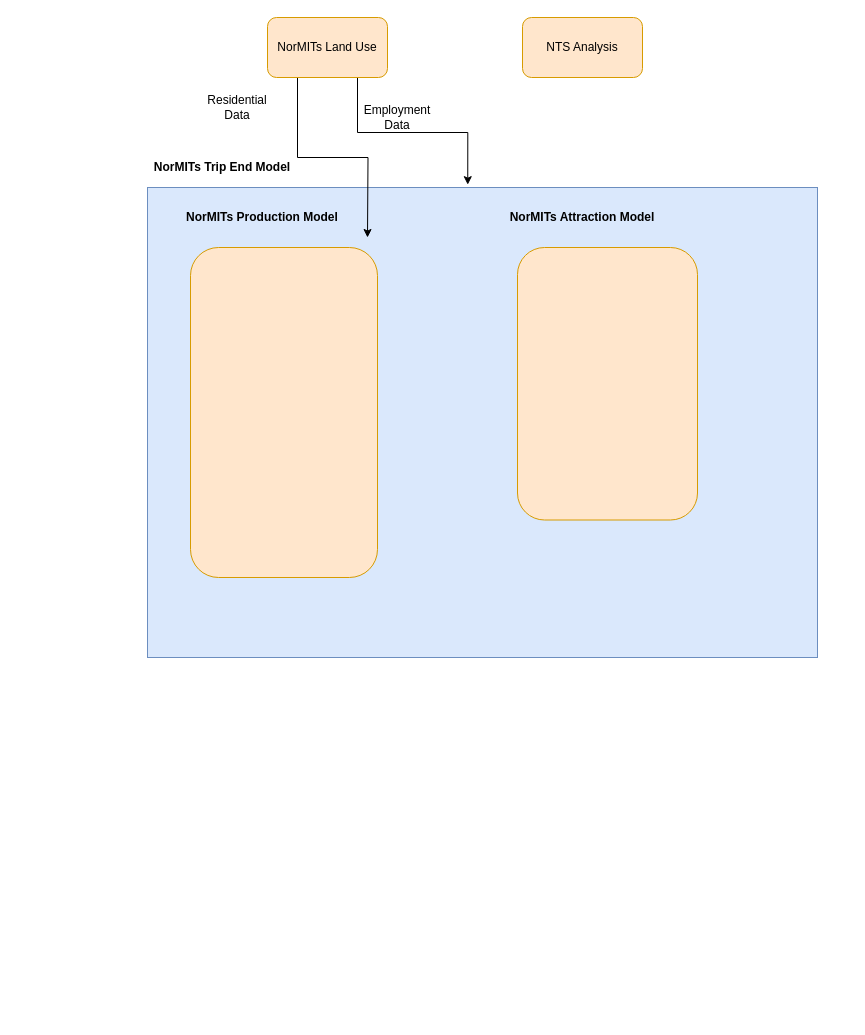
Transport-for-the-North/NorMITs-Demand keeps this draw.io diagram as page "Trip End Op Model" (2 of 2) of op_models/demand_op_model.drawio. Above is the earlier version. Source tidied: cells renumbered, new cells numbered last; positions are measured from the earlier drawing's top-left corner, leaving out a move shared by most shapes. Both pictures are drawn from the tidied source at 100%, with x=0, y=0 at pixel (137, 17).
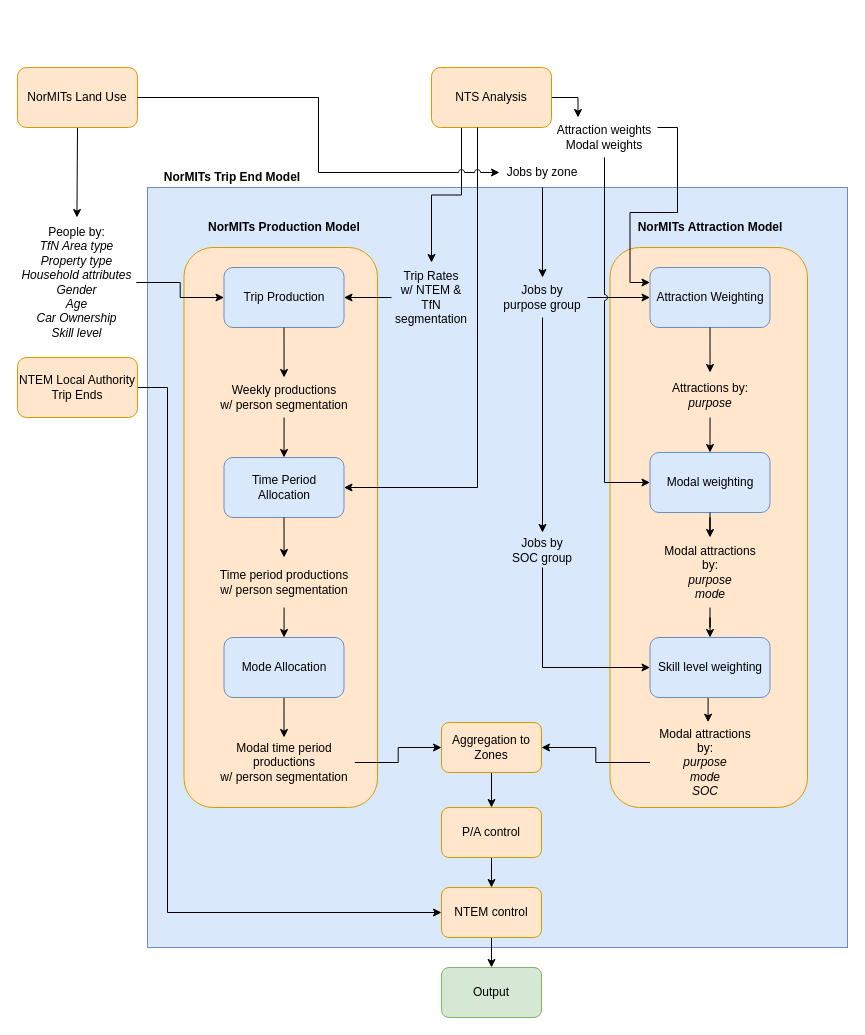
Above is the later version.

Diff of the diagram source:
```diff
@@
     <mxCell id="2" value="NorMITs Trip End Model" style="text;html=1;strokeColor=none;fillColor=none;align=center;verticalAlign=middle;whiteSpace=wrap;rounded=0;fontStyle=1;" parent="1" vertex="1">
-      <mxGeometry y="140" width="170" height="20" as="geometry" />
+      <mxGeometry x="10" y="150" width="170" height="20" as="geometry" />
     </mxCell>
     <mxCell id="3" style="rounded=0;whiteSpace=wrap;html=1;fillColor=#dae8fc;strokeColor=#6c8ebf;" parent="1" vertex="1">
-      <mxGeometry x="10" y="170" width="670" height="470" as="geometry" />
+      <mxGeometry x="10" y="170" width="700" height="760" as="geometry" />
     </mxCell>
-    <mxCell id="4" style="edgeStyle=orthogonalEdgeStyle;rounded=0;jettySize=auto;html=1;exitX=0.25;exitY=1;exitDx=0;exitDy=0;entryX=0.748;entryY=0.037;entryDx=0;entryDy=0;entryPerimeter=0;" parent="1" edge="1" source="6">
-      <mxGeometry relative="1" as="geometry">
-        <mxPoint x="230" y="220" as="targetPoint" />
-      </mxGeometry>
-    </mxCell>
-    <mxCell id="5" style="edgeStyle=orthogonalEdgeStyle;rounded=0;jettySize=auto;html=1;exitX=0.75;exitY=1;exitDx=0;exitDy=0;entryX=0.478;entryY=-0.006;entryDx=0;entryDy=0;entryPerimeter=0;" parent="1" edge="1" source="6" target="3">
-      <mxGeometry relative="1" as="geometry" />
-    </mxCell>
+    <mxCell id="14" style="edgeStyle=orthogonalEdgeStyle;rounded=0;jumpStyle=arc;jettySize=auto;html=1;" parent="1" edge="1" source="6" target="12">
+      <mxGeometry relative="1" as="geometry" />
+    </mxCell>
     <mxCell id="6" value="NorMITs Land Use" style="rounded=1;whiteSpace=wrap;html=1;fillColor=#ffe6cc;strokeColor=#d79b00;" parent="1" vertex="1">
-      <mxGeometry x="130" width="120" height="60" as="geometry" />
+      <mxGeometry x="-120" y="50" width="120" height="60" as="geometry" />
     </mxCell>
     <mxCell id="7" value="NorMITs Production Model" style="text;html=1;strokeColor=none;fillColor=none;align=center;verticalAlign=middle;whiteSpace=wrap;rounded=0;fontStyle=1;" parent="1" vertex="1">
-      <mxGeometry x="40" y="190" width="170" height="20" as="geometry" />
+      <mxGeometry x="61.5" y="200" width="170" height="20" as="geometry" />
     </mxCell>
     <mxCell id="8" value="NorMITs Attraction Model" style="text;html=1;strokeColor=none;fillColor=none;align=center;verticalAlign=middle;whiteSpace=wrap;rounded=0;fontStyle=1;" parent="1" vertex="1">
-      <mxGeometry x="360" y="190" width="170" height="20" as="geometry" />
+      <mxGeometry x="487.5" y="200" width="170" height="20" as="geometry" />
     </mxCell>
-    <mxCell id="9" style="rounded=1;whiteSpace=wrap;html=1;fillColor=#ffe6cc;strokeColor=#d79b00;" parent="1" vertex="1">
-      <mxGeometry x="53" y="230" width="187" height="330" as="geometry" />
-    </mxCell>
     <mxCell id="10" style="rounded=1;whiteSpace=wrap;html=1;fillColor=#ffe6cc;strokeColor=#d79b00;" parent="1" vertex="1">
-      <mxGeometry x="380" y="230" width="180" height="272.5" as="geometry" />
+      <mxGeometry x="472.5" y="230" width="197.5" height="560" as="geometry" />
     </mxCell>
+    <mxCell id="15" style="edgeStyle=orthogonalEdgeStyle;rounded=0;jumpStyle=arc;jettySize=auto;html=1;exitX=0.5;exitY=1;exitDx=0;exitDy=0;entryX=0.5;entryY=0;entryDx=0;entryDy=0;" parent="1" edge="1" source="11" target="28">
+      <mxGeometry relative="1" as="geometry" />
+    </mxCell>
-    <mxCell id="11" value="Employment Data" style="text;html=1;strokeColor=none;fillColor=none;align=center;verticalAlign=middle;whiteSpace=wrap;rounded=0;" parent="1" vertex="1">
-      <mxGeometry x="240" y="90" width="40" height="20" as="geometry" />
+    <mxCell id="11" value="Jobs by zone" style="text;html=1;strokeColor=none;fillColor=none;align=center;verticalAlign=middle;whiteSpace=wrap;rounded=0;" parent="1" vertex="1">
+      <mxGeometry x="362" y="140" width="86" height="30" as="geometry" />
     </mxCell>
+    <mxCell id="16" style="edgeStyle=orthogonalEdgeStyle;rounded=0;jumpStyle=arc;jettySize=auto;html=1;exitX=0.25;exitY=1;exitDx=0;exitDy=0;entryX=0.5;entryY=0;entryDx=0;entryDy=0;" parent="1" edge="1" source="13" target="18">
+      <mxGeometry relative="1" as="geometry" />
+    </mxCell>
+    <mxCell id="17" style="edgeStyle=orthogonalEdgeStyle;rounded=0;jumpStyle=arc;jettySize=auto;html=1;exitX=1;exitY=0.5;exitDx=0;exitDy=0;entryX=0.25;entryY=0;entryDx=0;entryDy=0;" parent="1" edge="1" source="13" target="56">
+      <mxGeometry relative="1" as="geometry" />
+    </mxCell>
+    <mxCell id="13" value="NTS Analysis" style="rounded=1;whiteSpace=wrap;html=1;fillColor=#ffe6cc;strokeColor=#d79b00;" parent="1" vertex="1">
+      <mxGeometry x="294" y="50" width="120" height="60" as="geometry" />
+    </mxCell>
-    <mxCell id="12" value="&lt;span style=&quot;font-weight: normal&quot;&gt;Residential Data&lt;/span&gt;" style="text;html=1;strokeColor=none;fillColor=none;align=center;verticalAlign=middle;whiteSpace=wrap;rounded=0;fontStyle=1;" parent="1" vertex="1">
-      <mxGeometry x="80" y="80" width="40" height="20" as="geometry" />
+    <mxCell id="12" value="&lt;span style=&quot;font-weight: normal&quot;&gt;People by:&lt;br&gt;&lt;i&gt;TfN Area type&lt;br&gt;Property type&lt;br&gt;Household attributes&lt;br&gt;Gender&lt;br&gt;Age&lt;br&gt;Car Ownership&lt;br&gt;Skill level&lt;/i&gt;&lt;br&gt;&lt;/span&gt;" style="text;html=1;strokeColor=none;fillColor=none;align=center;verticalAlign=middle;whiteSpace=wrap;rounded=0;fontStyle=1;" parent="1" vertex="1">
+      <mxGeometry x="-120" y="200" width="118.8" height="130" as="geometry" />
     </mxCell>
-    <mxCell id="13" value="NTS Analysis" style="rounded=1;whiteSpace=wrap;html=1;fillColor=#ffe6cc;strokeColor=#d79b00;" parent="1" vertex="1">
-      <mxGeometry x="385" width="120" height="60" as="geometry" />
-    </mxCell>
+    <mxCell id="18" value="&lt;span style=&quot;font-weight: normal&quot;&gt;Trip Rates&lt;br&gt;w/ NTEM &amp;amp; TfN segmentation&lt;br&gt;&lt;/span&gt;" style="text;html=1;strokeColor=none;fillColor=none;align=center;verticalAlign=middle;whiteSpace=wrap;rounded=0;fontStyle=1;" parent="1" vertex="1">
+      <mxGeometry x="254" y="245" width="80" height="70" as="geometry" />
+    </mxCell>
+    <mxCell id="19" style="edgeStyle=orthogonalEdgeStyle;rounded=0;jumpStyle=arc;jettySize=auto;html=1;exitX=0.5;exitY=1;exitDx=0;exitDy=0;entryX=0.5;entryY=0;entryDx=0;entryDy=0;" parent="1" edge="1" source="59" target="53">
+      <mxGeometry relative="1" as="geometry" />
+    </mxCell>
+    <mxCell id="20" value="Attraction Weighting" style="rounded=1;whiteSpace=wrap;html=1;fillColor=#dae8fc;strokeColor=#6c8ebf;" parent="1" vertex="1">
+      <mxGeometry x="512.5" y="250" width="120" height="60" as="geometry" />
+    </mxCell>
+    <mxCell id="21" style="edgeStyle=orthogonalEdgeStyle;rounded=0;jumpStyle=arc;jettySize=auto;html=1;exitX=0.5;exitY=1;exitDx=0;exitDy=0;" parent="1" edge="1" source="22" target="43">
+      <mxGeometry relative="1" as="geometry" />
+    </mxCell>
+    <mxCell id="22" value="Aggregation to Zones" style="rounded=1;whiteSpace=wrap;html=1;fillColor=#ffe6cc;strokeColor=#d79b00;" parent="1" vertex="1">
+      <mxGeometry x="304" y="705" width="100" height="50" as="geometry" />
+    </mxCell>
+    <mxCell id="23" style="edgeStyle=orthogonalEdgeStyle;rounded=0;jumpStyle=arc;jettySize=auto;html=1;exitX=0.5;exitY=1;exitDx=0;exitDy=0;entryX=0.528;entryY=-0.306;entryDx=0;entryDy=0;entryPerimeter=0;" parent="1" edge="1" source="24" target="64">
+      <mxGeometry relative="1" as="geometry" />
+    </mxCell>
+    <mxCell id="24" value="Skill level weighting" style="rounded=1;whiteSpace=wrap;html=1;fillColor=#dae8fc;strokeColor=#6c8ebf;" parent="1" vertex="1">
+      <mxGeometry x="512.5" y="620" width="120" height="60" as="geometry" />
+    </mxCell>
+    <mxCell id="25" value="Output" style="rounded=1;whiteSpace=wrap;html=1;fillColor=#d5e8d4;strokeColor=#82b366;" parent="1" vertex="1">
+      <mxGeometry x="304" y="950" width="100" height="50" as="geometry" />
+    </mxCell>
+    <mxCell id="26" style="edgeStyle=orthogonalEdgeStyle;rounded=0;jumpStyle=arc;jettySize=auto;html=1;exitX=1;exitY=0.5;exitDx=0;exitDy=0;" parent="1" edge="1" source="28" target="20">
+      <mxGeometry relative="1" as="geometry" />
+    </mxCell>
+    <mxCell id="27" style="edgeStyle=orthogonalEdgeStyle;rounded=0;jumpStyle=arc;jettySize=auto;html=1;exitX=0.5;exitY=1;exitDx=0;exitDy=0;entryX=0.5;entryY=0;entryDx=0;entryDy=0;" parent="1" edge="1" source="28" target="30">
+      <mxGeometry relative="1" as="geometry" />
+    </mxCell>
+    <mxCell id="28" value="Jobs by purpose group" style="text;html=1;strokeColor=none;fillColor=none;align=center;verticalAlign=middle;whiteSpace=wrap;rounded=0;" parent="1" vertex="1">
+      <mxGeometry x="360" y="260" width="90" height="40" as="geometry" />
+    </mxCell>
+    <mxCell id="29" style="edgeStyle=orthogonalEdgeStyle;rounded=0;jumpStyle=arc;jettySize=auto;html=1;exitX=0.5;exitY=1;exitDx=0;exitDy=0;entryX=0;entryY=0.5;entryDx=0;entryDy=0;" parent="1" edge="1" source="30" target="24">
+      <mxGeometry relative="1" as="geometry" />
+    </mxCell>
+    <mxCell id="30" value="Jobs by SOC group" style="text;html=1;strokeColor=none;fillColor=none;align=center;verticalAlign=middle;whiteSpace=wrap;rounded=0;" parent="1" vertex="1">
+      <mxGeometry x="370" y="515" width="70" height="35" as="geometry" />
+    </mxCell>
+    <mxCell id="31" style="rounded=1;whiteSpace=wrap;html=1;fillColor=#ffe6cc;strokeColor=#d79b00;" parent="1" vertex="1">
+      <mxGeometry x="46.5" y="230" width="193.5" height="560" as="geometry" />
+    </mxCell>
+    <mxCell id="32" value="Trip Production" style="rounded=1;whiteSpace=wrap;html=1;fillColor=#dae8fc;strokeColor=#6c8ebf;" parent="1" vertex="1">
+      <mxGeometry x="86.5" y="250" width="120" height="60" as="geometry" />
+    </mxCell>
+    <mxCell id="33" value="Time Period Allocation" style="rounded=1;whiteSpace=wrap;html=1;fillColor=#dae8fc;strokeColor=#6c8ebf;" parent="1" vertex="1">
+      <mxGeometry x="86.5" y="440" width="120" height="60" as="geometry" />
+    </mxCell>
+    <mxCell id="34" style="edgeStyle=orthogonalEdgeStyle;rounded=0;jumpStyle=arc;jettySize=auto;html=1;exitX=0.5;exitY=1;exitDx=0;exitDy=0;entryX=0.5;entryY=0;entryDx=0;entryDy=0;" parent="1" edge="1" source="35" target="58">
+      <mxGeometry relative="1" as="geometry" />
+    </mxCell>
+    <mxCell id="35" value="Mode Allocation" style="rounded=1;whiteSpace=wrap;html=1;fillColor=#dae8fc;strokeColor=#6c8ebf;" parent="1" vertex="1">
+      <mxGeometry x="86.5" y="620" width="120" height="60" as="geometry" />
+    </mxCell>
+    <mxCell id="36" style="edgeStyle=orthogonalEdgeStyle;rounded=0;jumpStyle=arc;jettySize=auto;html=1;" parent="1" edge="1" source="50" target="35">
+      <mxGeometry relative="1" as="geometry" />
+    </mxCell>
+    <mxCell id="37" style="edgeStyle=orthogonalEdgeStyle;rounded=0;jumpStyle=arc;jettySize=auto;html=1;" parent="1" edge="1" source="48" target="33">
+      <mxGeometry relative="1" as="geometry" />
+    </mxCell>
+    <mxCell id="38" style="edgeStyle=orthogonalEdgeStyle;rounded=0;jettySize=auto;html=1;entryX=1;entryY=0.5;entryDx=0;entryDy=0;" parent="1" edge="1" target="33">
+      <mxGeometry relative="1" as="geometry">
+        <mxPoint x="340" y="110" as="sourcePoint" />
+        <Array as="points">
+          <mxPoint x="340" y="110" />
+          <mxPoint x="340" y="470" />
+        </Array>
+      </mxGeometry>
+    </mxCell>
+    <mxCell id="39" style="edgeStyle=orthogonalEdgeStyle;rounded=0;jumpStyle=arc;jettySize=auto;html=1;exitX=0;exitY=0.5;exitDx=0;exitDy=0;entryX=1;entryY=0.5;entryDx=0;entryDy=0;" parent="1" edge="1" source="18" target="32">
+      <mxGeometry relative="1" as="geometry" />
+    </mxCell>
+    <mxCell id="40" style="edgeStyle=orthogonalEdgeStyle;rounded=0;jumpStyle=arc;jettySize=auto;html=1;" parent="1" edge="1" source="12" target="32">
+      <mxGeometry relative="1" as="geometry" />
+    </mxCell>
+    <mxCell id="41" style="edgeStyle=orthogonalEdgeStyle;rounded=0;jumpStyle=arc;jettySize=auto;html=1;exitX=1;exitY=0.5;exitDx=0;exitDy=0;entryX=0;entryY=0.5;entryDx=0;entryDy=0;" parent="1" edge="1" source="6" target="11">
+      <mxGeometry relative="1" as="geometry" />
+    </mxCell>
+    <mxCell id="42" style="edgeStyle=orthogonalEdgeStyle;rounded=0;jumpStyle=arc;jettySize=auto;html=1;exitX=0.5;exitY=1;exitDx=0;exitDy=0;entryX=0.5;entryY=0;entryDx=0;entryDy=0;" parent="1" edge="1" source="43" target="45">
+      <mxGeometry relative="1" as="geometry" />
+    </mxCell>
+    <mxCell id="43" value="P/A control" style="rounded=1;whiteSpace=wrap;html=1;fillColor=#ffe6cc;strokeColor=#d79b00;" parent="1" vertex="1">
+      <mxGeometry x="304" y="790" width="100" height="50" as="geometry" />
+    </mxCell>
+    <mxCell id="44" style="edgeStyle=orthogonalEdgeStyle;rounded=0;jumpStyle=arc;jettySize=auto;html=1;exitX=0.5;exitY=1;exitDx=0;exitDy=0;entryX=0.5;entryY=0;entryDx=0;entryDy=0;" parent="1" edge="1" source="45" target="25">
+      <mxGeometry relative="1" as="geometry" />
+    </mxCell>
+    <mxCell id="45" value="NTEM control" style="rounded=1;whiteSpace=wrap;html=1;fillColor=#ffe6cc;strokeColor=#d79b00;" parent="1" vertex="1">
+      <mxGeometry x="304" y="870" width="100" height="50" as="geometry" />
+    </mxCell>
+    <mxCell id="46" style="edgeStyle=orthogonalEdgeStyle;rounded=0;jumpStyle=arc;jettySize=auto;html=1;exitX=1;exitY=0.5;exitDx=0;exitDy=0;entryX=0;entryY=0.5;entryDx=0;entryDy=0;" parent="1" edge="1" source="47" target="45">
+      <mxGeometry relative="1" as="geometry">
+        <Array as="points">
+          <mxPoint x="30" y="370" />
+          <mxPoint x="30" y="895" />
+        </Array>
+      </mxGeometry>
+    </mxCell>
+    <mxCell id="47" value="NTEM Local Authority Trip Ends" style="rounded=1;whiteSpace=wrap;html=1;fillColor=#ffe6cc;strokeColor=#d79b00;" parent="1" vertex="1">
+      <mxGeometry x="-120" y="340" width="120" height="60" as="geometry" />
+    </mxCell>
+    <mxCell id="48" value="&lt;span style=&quot;font-weight: normal&quot;&gt;Weekly productions&lt;br&gt;w/ person segmentation&lt;br&gt;&lt;/span&gt;" style="text;html=1;strokeColor=none;fillColor=none;align=center;verticalAlign=middle;whiteSpace=wrap;rounded=0;fontStyle=1;" parent="1" vertex="1">
+      <mxGeometry x="75.8" y="360" width="141.5" height="40" as="geometry" />
+    </mxCell>
+    <mxCell id="49" style="edgeStyle=orthogonalEdgeStyle;rounded=0;jumpStyle=arc;jettySize=auto;html=1;" parent="1" edge="1" source="32" target="48">
+      <mxGeometry relative="1" as="geometry" />
+    </mxCell>
+    <mxCell id="50" value="&lt;span style=&quot;font-weight: normal&quot;&gt;Time period productions&lt;br&gt;w/ person segmentation&lt;br&gt;&lt;/span&gt;" style="text;html=1;strokeColor=none;fillColor=none;align=center;verticalAlign=middle;whiteSpace=wrap;rounded=0;fontStyle=1;" parent="1" vertex="1">
+      <mxGeometry x="75.8" y="540" width="141.5" height="50" as="geometry" />
+    </mxCell>
+    <mxCell id="51" style="edgeStyle=orthogonalEdgeStyle;rounded=0;jumpStyle=arc;jettySize=auto;html=1;" parent="1" edge="1" source="33" target="50">
+      <mxGeometry relative="1" as="geometry" />
+    </mxCell>
+    <mxCell id="52" style="edgeStyle=orthogonalEdgeStyle;rounded=0;jumpStyle=arc;jettySize=auto;html=1;exitX=0.5;exitY=1;exitDx=0;exitDy=0;" parent="1" edge="1" source="61" target="24">
+      <mxGeometry relative="1" as="geometry" />
+    </mxCell>
+    <mxCell id="53" value="Modal weighting" style="rounded=1;whiteSpace=wrap;html=1;fillColor=#dae8fc;strokeColor=#6c8ebf;" parent="1" vertex="1">
+      <mxGeometry x="512.5" y="435" width="120" height="60" as="geometry" />
+    </mxCell>
+    <mxCell id="54" style="edgeStyle=orthogonalEdgeStyle;rounded=0;jumpStyle=arc;jettySize=auto;html=1;exitX=1;exitY=0.25;exitDx=0;exitDy=0;entryX=0;entryY=0.25;entryDx=0;entryDy=0;" parent="1" edge="1" source="56" target="20">
+      <mxGeometry relative="1" as="geometry" />
+    </mxCell>
+    <mxCell id="55" style="edgeStyle=orthogonalEdgeStyle;rounded=0;jumpStyle=arc;jettySize=auto;html=1;exitX=0.5;exitY=1;exitDx=0;exitDy=0;entryX=0;entryY=0.5;entryDx=0;entryDy=0;" parent="1" edge="1" source="56" target="53">
+      <mxGeometry relative="1" as="geometry" />
+    </mxCell>
+    <mxCell id="56" value="Attraction weights&lt;br&gt;Modal weights" style="text;html=1;strokeColor=none;fillColor=none;align=center;verticalAlign=middle;whiteSpace=wrap;rounded=0;" parent="1" vertex="1">
+      <mxGeometry x="414" y="100" width="106" height="40" as="geometry" />
+    </mxCell>
+    <mxCell id="57" style="edgeStyle=orthogonalEdgeStyle;rounded=0;jumpStyle=arc;jettySize=auto;html=1;exitX=1;exitY=0.5;exitDx=0;exitDy=0;entryX=0;entryY=0.5;entryDx=0;entryDy=0;" parent="1" edge="1" source="58" target="22">
+      <mxGeometry relative="1" as="geometry" />
+    </mxCell>
+    <mxCell id="58" value="&lt;span style=&quot;font-weight: normal&quot;&gt;Modal time period productions&lt;br&gt;w/ person segmentation&lt;br&gt;&lt;/span&gt;" style="text;html=1;strokeColor=none;fillColor=none;align=center;verticalAlign=middle;whiteSpace=wrap;rounded=0;fontStyle=1;" parent="1" vertex="1">
+      <mxGeometry x="75.8" y="720" width="141.5" height="50" as="geometry" />
+    </mxCell>
+    <mxCell id="59" value="&lt;span style=&quot;font-weight: normal&quot;&gt;Attractions by:&lt;br&gt;&lt;i&gt;purpose&lt;/i&gt;&lt;br&gt;&lt;/span&gt;" style="text;html=1;strokeColor=none;fillColor=none;align=center;verticalAlign=middle;whiteSpace=wrap;rounded=0;fontStyle=1;" parent="1" vertex="1">
+      <mxGeometry x="501.8" y="355" width="141.5" height="45" as="geometry" />
+    </mxCell>
+    <mxCell id="60" style="edgeStyle=orthogonalEdgeStyle;rounded=0;jumpStyle=arc;jettySize=auto;html=1;exitX=0.5;exitY=1;exitDx=0;exitDy=0;entryX=0.5;entryY=0;entryDx=0;entryDy=0;" parent="1" edge="1" source="20" target="59">
+      <mxGeometry relative="1" as="geometry" />
+    </mxCell>
+    <mxCell id="61" value="Modal attractions by:&lt;br&gt;&lt;i&gt;purpose&lt;br&gt;mode&lt;/i&gt;" style="text;html=1;strokeColor=none;fillColor=none;align=center;verticalAlign=middle;whiteSpace=wrap;rounded=0;" parent="1" vertex="1">
+      <mxGeometry x="517.5" y="520" width="110" height="70" as="geometry" />
+    </mxCell>
+    <mxCell id="62" style="edgeStyle=orthogonalEdgeStyle;rounded=0;jumpStyle=arc;jettySize=auto;html=1;exitX=0.5;exitY=1;exitDx=0;exitDy=0;" parent="1" edge="1" source="53" target="61">
+      <mxGeometry relative="1" as="geometry" />
+    </mxCell>
+    <mxCell id="63" style="edgeStyle=orthogonalEdgeStyle;rounded=0;jumpStyle=arc;jettySize=auto;html=1;exitX=0;exitY=0.5;exitDx=0;exitDy=0;entryX=1;entryY=0.5;entryDx=0;entryDy=0;" parent="1" edge="1" source="64" target="22">
+      <mxGeometry relative="1" as="geometry" />
+    </mxCell>
+    <mxCell id="64" value="Modal attractions by:&lt;br&gt;&lt;i&gt;purpose&lt;br&gt;mode&lt;br&gt;SOC&lt;/i&gt;" style="text;html=1;strokeColor=none;fillColor=none;align=center;verticalAlign=middle;whiteSpace=wrap;rounded=0;" parent="1" vertex="1">
+      <mxGeometry x="512.5" y="720" width="110" height="50" as="geometry" />
+    </mxCell>
```
